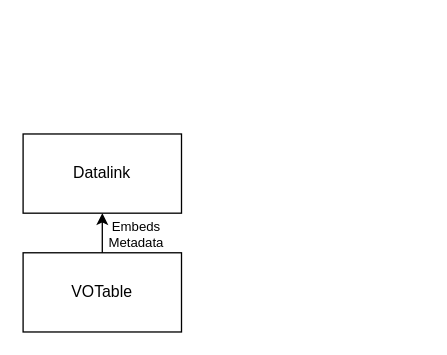
Earlier version of the draw.io diagram ivoa.drawio (JeremyMcCormick/diagrams). Source tidied: cells renumbered, new cells numbered last; positions are measured from the earlier drawing's top-left corner, leaving out a move shared by most shapes. Both pictures are drawn from the tidied source at 132%, with x=0, y=0 at pixel (22, 133).
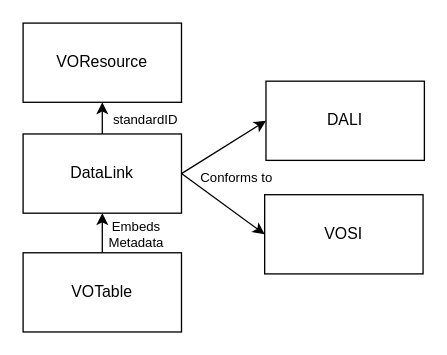
The same page after the edit.

What changed in the source:
```diff
@@
 <mxGraphModel>
   <root>
     <mxCell id="0" />
     <mxCell id="1" parent="0" />
     <mxCell id="2" value="VOTable" style="rounded=0;whiteSpace=wrap;html=1;" parent="1" vertex="1">
       <mxGeometry y="90" width="120" height="60" as="geometry" />
     </mxCell>
-    <mxCell id="3" value="Datalink" style="rounded=0;whiteSpace=wrap;html=1;" parent="1" vertex="1">
+    <mxCell id="3" value="DataLink" style="rounded=0;whiteSpace=wrap;html=1;" parent="1" vertex="1">
       <mxGeometry width="120" height="60" as="geometry" />
     </mxCell>
     <mxCell id="4" style="endArrow=classic;html=1;rounded=0;entryX=0.5;entryY=1;entryDx=0;entryDy=0;exitX=0.5;exitY=0;exitDx=0;exitDy=0;" parent="1" edge="1" source="2" target="3">
       <mxGeometry relative="1" as="geometry" />
     </mxCell>
     <mxCell id="5" value="Embeds Metadata" style="text;strokeColor=none;align=center;fillColor=none;html=1;verticalAlign=middle;whiteSpace=wrap;rounded=0;fontSize=10;" parent="1" vertex="1">
       <mxGeometry x="56" y="61" width="60" height="30" as="geometry" />
     </mxCell>
+    <mxCell id="6" value="VOSI" style="rounded=0;whiteSpace=wrap;html=1;" parent="1" vertex="1">
+      <mxGeometry x="183" y="46" width="120" height="60" as="geometry" />
+    </mxCell>
+    <mxCell id="7" value="DALI" style="rounded=0;whiteSpace=wrap;html=1;" parent="1" vertex="1">
+      <mxGeometry x="184" y="-40" width="120" height="60" as="geometry" />
+    </mxCell>
+    <mxCell id="8" style="endArrow=classic;html=1;rounded=0;exitX=1;exitY=0.5;exitDx=0;exitDy=0;entryX=0;entryY=0.5;entryDx=0;entryDy=0;" parent="1" edge="1" source="3" target="7">
+      <mxGeometry relative="1" as="geometry" />
+    </mxCell>
+    <mxCell id="9" style="endArrow=classic;html=1;rounded=0;entryX=0;entryY=0.5;entryDx=0;entryDy=0;" parent="1" edge="1" target="6">
+      <mxGeometry relative="1" as="geometry">
+        <mxPoint x="120" y="30" as="sourcePoint" />
+      </mxGeometry>
+    </mxCell>
+    <mxCell id="10" value="Conforms to" style="text;strokeColor=none;align=center;fillColor=none;html=1;verticalAlign=middle;whiteSpace=wrap;rounded=0;fontSize=10;" parent="1" vertex="1">
+      <mxGeometry x="132" y="18" width="60" height="30" as="geometry" />
+    </mxCell>
+    <mxCell id="11" value="VOResource" style="rounded=0;whiteSpace=wrap;html=1;" parent="1" vertex="1">
+      <mxGeometry y="-84" width="120" height="60" as="geometry" />
+    </mxCell>
+    <mxCell id="12" style="endArrow=classic;html=1;rounded=0;entryX=0.5;entryY=1;entryDx=0;entryDy=0;exitX=0.5;exitY=0;exitDx=0;exitDy=0;" parent="1" edge="1" source="3" target="11">
+      <mxGeometry relative="1" as="geometry" />
+    </mxCell>
+    <mxCell id="13" value="standardID" style="text;strokeColor=none;align=center;fillColor=none;html=1;verticalAlign=middle;whiteSpace=wrap;rounded=0;fontSize=10;" parent="1" vertex="1">
+      <mxGeometry x="63" y="-26" width="60" height="30" as="geometry" />
+    </mxCell>
   </root>
 </mxGraphModel>
```
